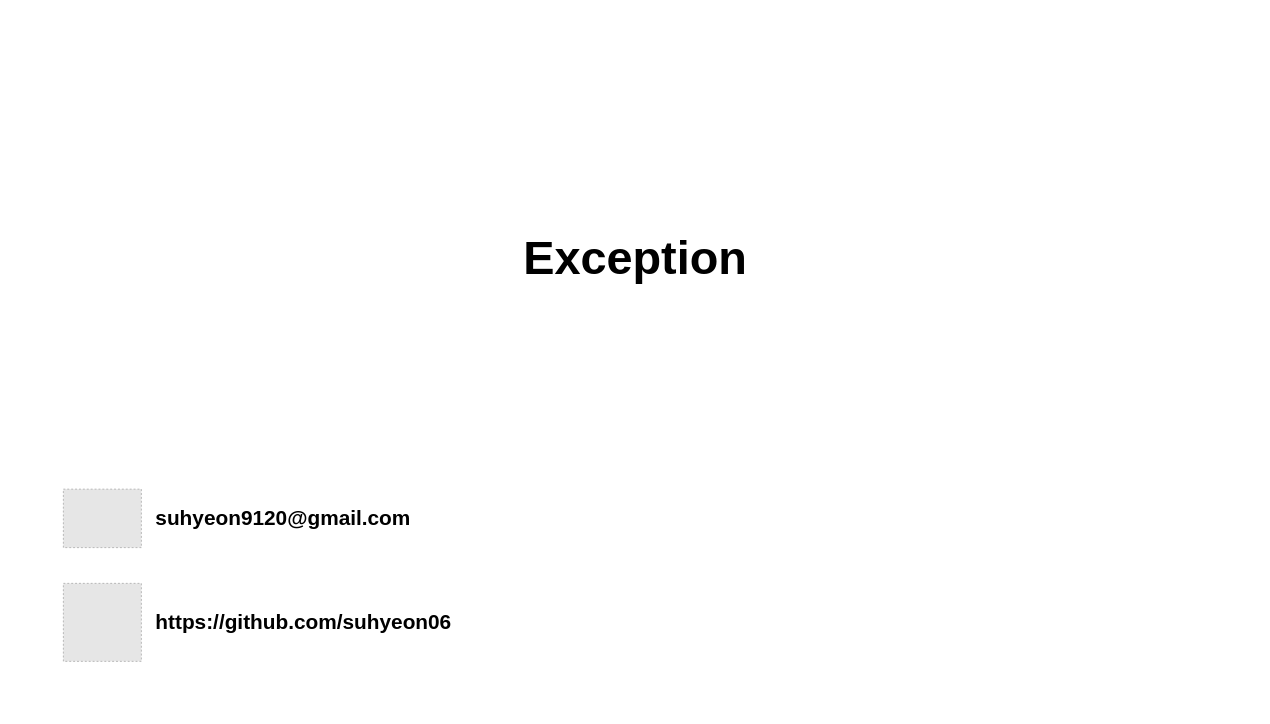
Above: page "이수현" (4 of 4) of 썸네일.drawio in Study-Diary/Computer-Science (draw.io), before the change. Source tidied: cells renumbered, new cells numbered last; positions are measured from the earlier drawing's top-left corner, leaving out a move shared by most shapes. Both pictures are drawn from the tidied source at 65%, with x=0, y=0 at pixel (11, 11). Pictures stored in the file or linked from it are replaced by grey dashed boxes.
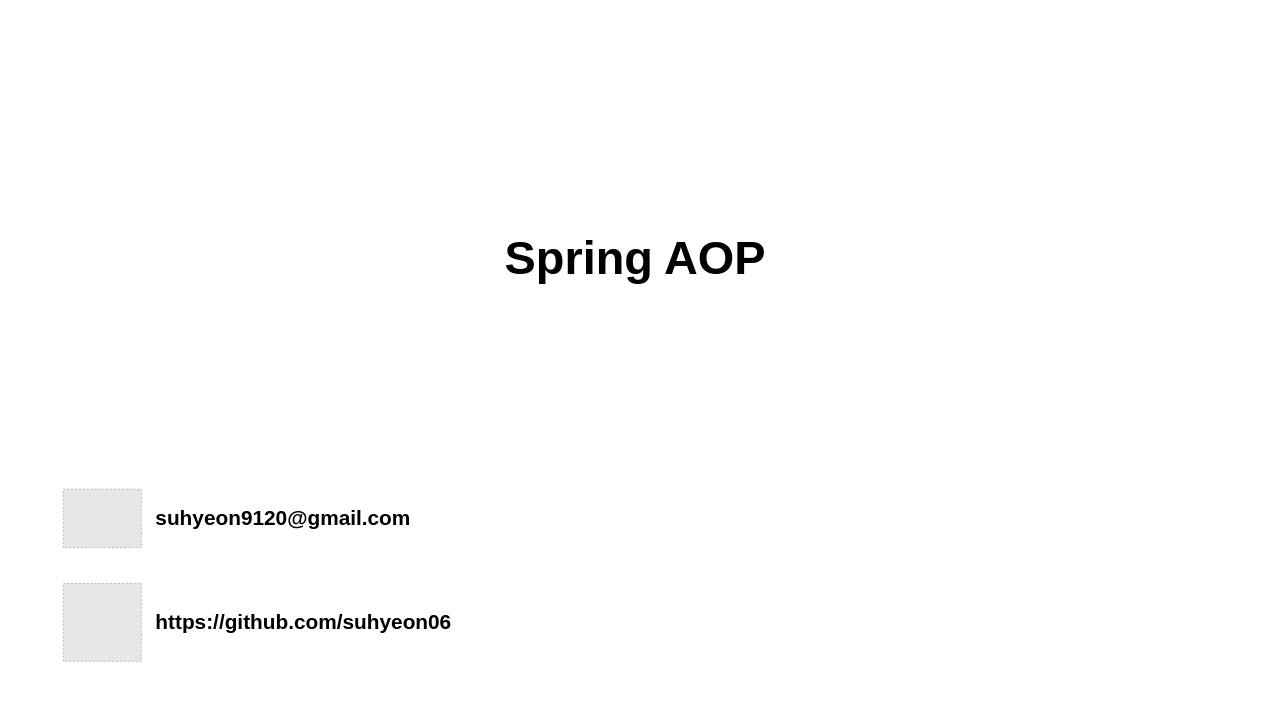
The same diagram, later.

What changed in the source:
```diff
@@
 <mxGraphModel>
   <root>
     <mxCell id="0" />
     <mxCell id="1" parent="0" />
     <mxCell id="2" style="rounded=0;whiteSpace=wrap;html=1;fillColor=#FFFFFF;strokeColor=none;" parent="1" vertex="1">
       <mxGeometry width="1920" height="1080" as="geometry" />
     </mxCell>
     <mxCell id="3" style="group;" parent="1" vertex="1">
       <mxGeometry x="80" y="720" width="120" height="120" as="geometry" />
     </mxCell>
     <mxCell id="4" style="fillColor=#E6E6E6;strokeColor=#999999;dashed=1;verticalLabelPosition=bottom;labelBackgroundColor=default;verticalAlign=top;" parent="3" vertex="1">
       <mxGeometry y="15" width="120" height="90" as="geometry" />
     </mxCell>
     <mxCell id="5" style="rounded=0;whiteSpace=wrap;html=1;fillColor=none;strokeColor=none;" parent="3" vertex="1">
       <mxGeometry width="120" height="120" as="geometry" />
     </mxCell>
     <mxCell id="6" style="fillColor=#E6E6E6;strokeColor=#999999;dashed=1;verticalLabelPosition=bottom;labelBackgroundColor=default;verticalAlign=top;" parent="1" vertex="1">
       <mxGeometry x="80" y="880" width="120" height="120" as="geometry" />
     </mxCell>
     <mxCell id="7" value="suhyeon9120@gmail.com" style="text;html=1;align=left;verticalAlign=middle;whiteSpace=wrap;rounded=0;fontSize=32;fontColor=#000000;fontStyle=1;" parent="1" vertex="1">
       <mxGeometry x="220" y="740" width="500" height="80" as="geometry" />
     </mxCell>
     <mxCell id="8" value="https://github.com/suhyeon06" style="text;html=1;align=left;verticalAlign=middle;whiteSpace=wrap;rounded=0;fontSize=32;fontColor=#000000;fontStyle=1;" parent="1" vertex="1">
       <mxGeometry x="220" y="900" width="500" height="80" as="geometry" />
     </mxCell>
-    <mxCell id="9" value="Exception" style="text;html=1;align=center;verticalAlign=middle;whiteSpace=wrap;rounded=0;fontSize=72;fontFamily=Pretendard;fontColor=#000000;fontStyle=1;" parent="1" vertex="1">
+    <mxCell id="9" value="Spring AOP" style="text;html=1;align=center;verticalAlign=middle;whiteSpace=wrap;rounded=0;fontSize=72;fontFamily=Pretendard;fontColor=#000000;fontStyle=1;" parent="1" vertex="1">
       <mxGeometry x="200" y="320" width="1520" height="120" as="geometry" />
     </mxCell>
   </root>
 </mxGraphModel>
```
